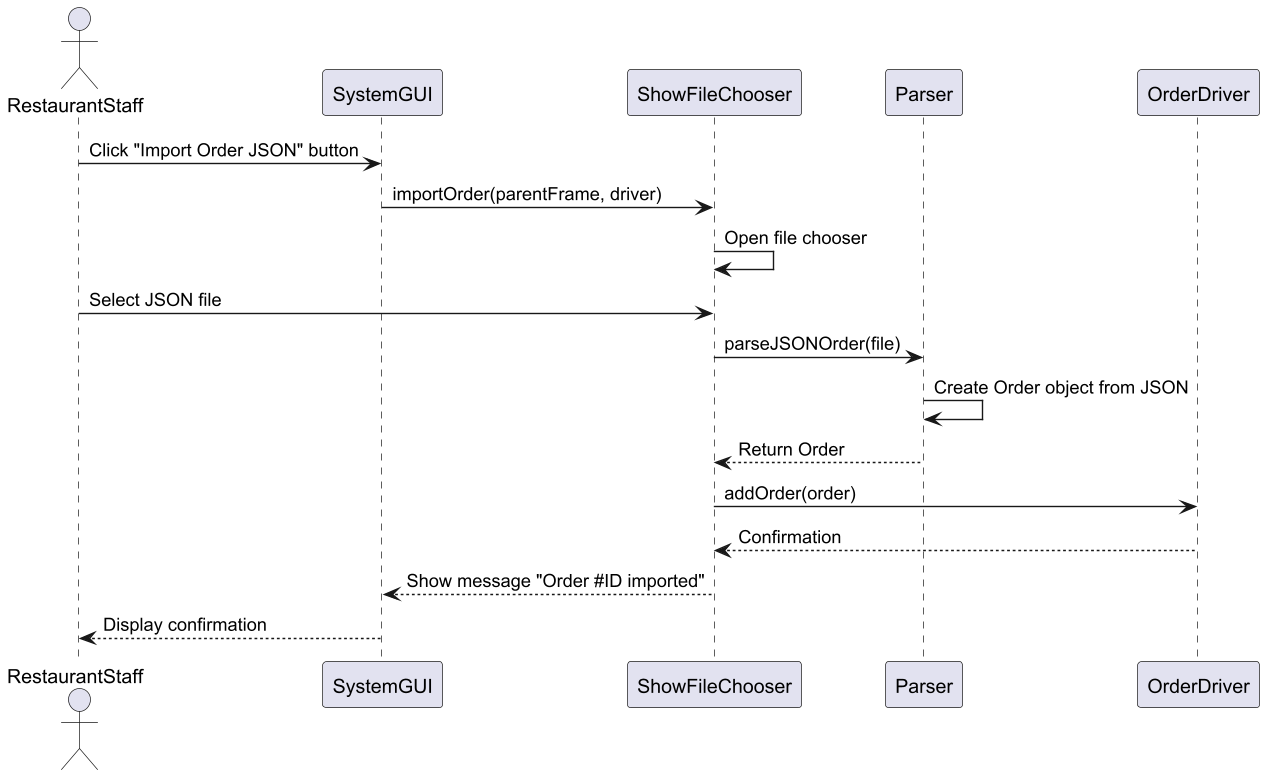
The PlantUML diagram code/src/main/java/Design/SequenceDiagram.png in aidanmahl/372GroupProject, before a commit. The source it was exported from:
```plantuml
@startuml

actor RestaurantStaff
participant SystemGUI
participant ShowFileChooser
participant Parser
participant OrderDriver

RestaurantStaff -> SystemGUI : Click "Import Order JSON" button
SystemGUI -> ShowFileChooser : importOrder(parentFrame, driver)
ShowFileChooser -> ShowFileChooser : Open file chooser
RestaurantStaff -> ShowFileChooser : Select JSON file
ShowFileChooser -> Parser : parseJSONOrder(file)
Parser -> Parser : Create Order object from JSON
Parser --> ShowFileChooser : Return Order
ShowFileChooser -> OrderDriver : addOrder(order)
OrderDriver --> ShowFileChooser : Confirmation
ShowFileChooser --> SystemGUI : Show message "Order #ID imported"
SystemGUI --> RestaurantStaff : Display confirmation

@enduml
```
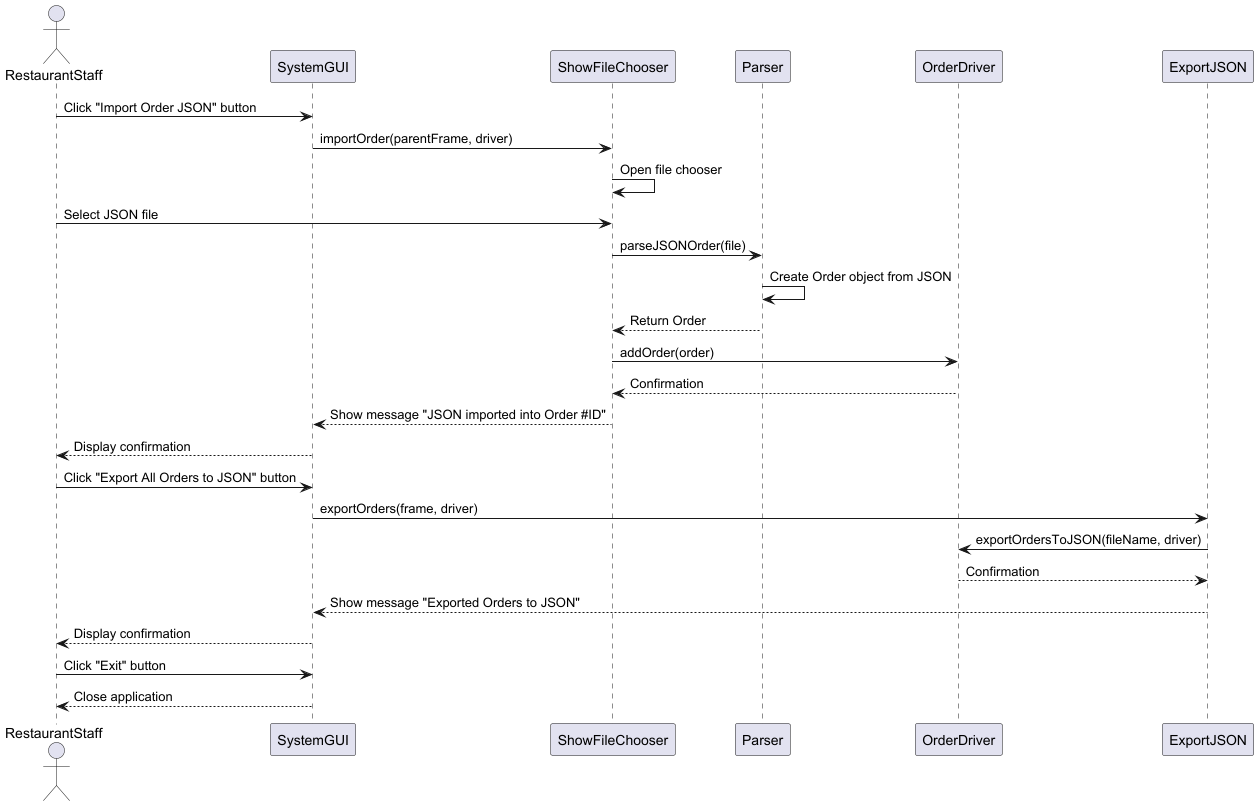
Above is the later version.

Commit message:
Updated to include extra steps.

Change to the diagram source:
```diff
@@ -5,6 +5,7 @@
 participant ShowFileChooser
 participant Parser
 participant OrderDriver
+participant ExportJSON
 
 RestaurantStaff -> SystemGUI : Click "Import Order JSON" button
 SystemGUI -> ShowFileChooser : importOrder(parentFrame, driver)
@@ -15,7 +16,17 @@
 Parser --> ShowFileChooser : Return Order
 ShowFileChooser -> OrderDriver : addOrder(order)
 OrderDriver --> ShowFileChooser : Confirmation
-ShowFileChooser --> SystemGUI : Show message "Order #ID imported"
+ShowFileChooser --> SystemGUI : Show message "JSON imported into Order #ID"
 SystemGUI --> RestaurantStaff : Display confirmation
 
+RestaurantStaff -> SystemGUI : Click "Export All Orders to JSON" button
+SystemGUI -> ExportJSON : exportOrders(frame, driver)
+ExportJSON -> OrderDriver : exportOrdersToJSON(fileName, driver)
+OrderDriver --> ExportJSON : Confirmation
+ExportJSON --> SystemGUI : Show message "Exported Orders to JSON"
+SystemGUI --> RestaurantStaff : Display confirmation
+
+RestaurantStaff -> SystemGUI : Click "Exit" button
+SystemGUI --> RestaurantStaff : Close application
+
 @enduml
```
